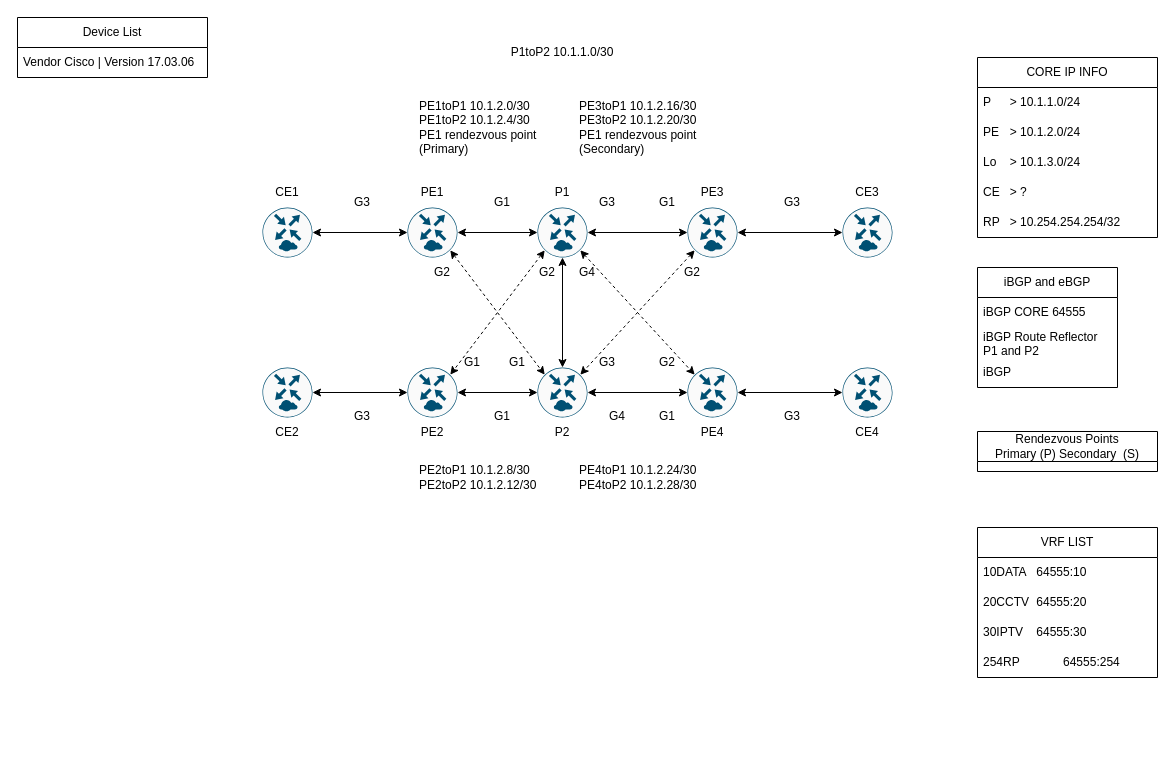
Above: page "MPLS CORE P Configuration" (3 of 5) of MPLS.drawio in vxmaster/CML (draw.io), before the change. Source tidied: cells renumbered, new cells numbered last; positions are measured from the earlier drawing's top-left corner, leaving out a move shared by most shapes. Both pictures are drawn from the tidied source at 100%, with x=0, y=0 at pixel (17, 17).
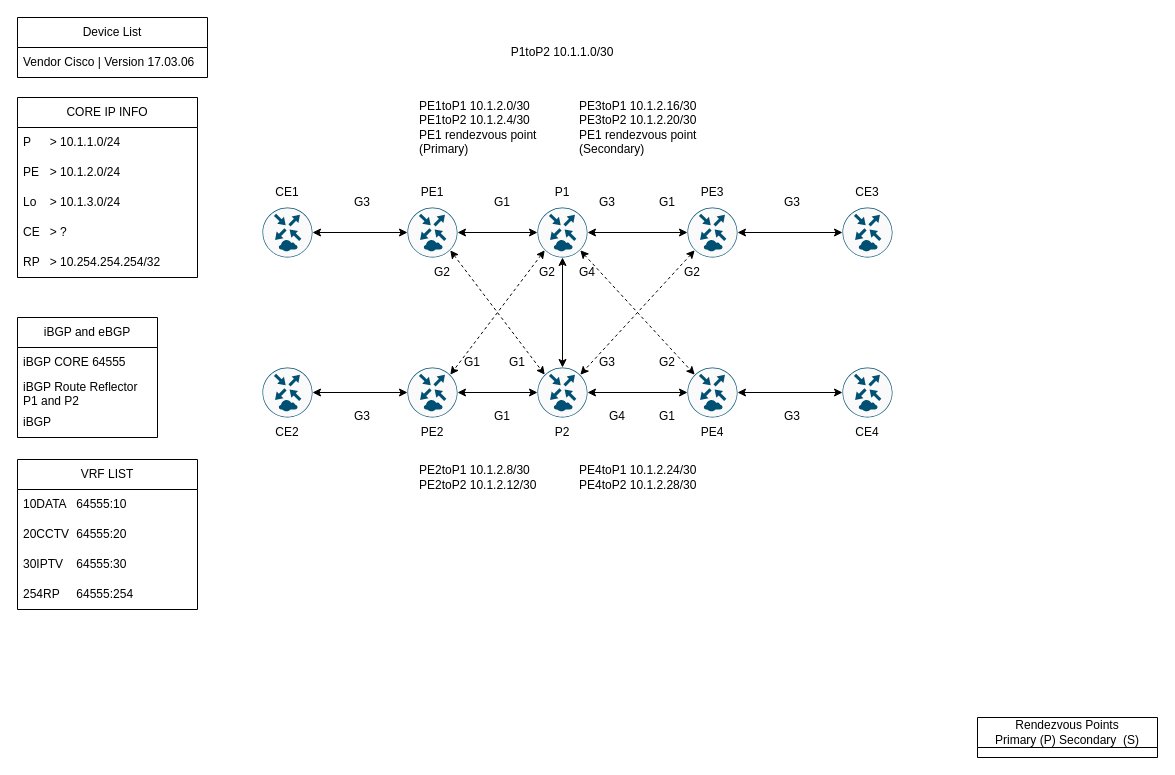
After the change.

Diff of the diagram source:
```diff
@@
     <mxCell id="34" value="CORE IP INFO" style="swimlane;fontStyle=0;horizontal=1;startSize=30;whiteSpace=wrap;html=1;" parent="1" vertex="1">
-      <mxGeometry x="960" y="40" width="180" height="180" as="geometry" />
+      <mxGeometry y="80" width="180" height="180" as="geometry" />
     </mxCell>
@@
     <mxCell id="44" value="VRF LIST" style="swimlane;fontStyle=0;horizontal=1;startSize=30;whiteSpace=wrap;html=1;" parent="1" vertex="1">
-      <mxGeometry x="960" y="510" width="180" height="150" as="geometry" />
+      <mxGeometry y="442" width="180" height="150" as="geometry" />
     </mxCell>
@@
-    <mxCell id="48" value="254RP&lt;span style=&quot;white-space: pre;&quot;&gt;&#9;&lt;/span&gt;&lt;span style=&quot;white-space: pre;&quot;&gt;&#9;&lt;/span&gt;64555:254" style="text;strokeColor=none;fillColor=none;align=left;verticalAlign=middle;spacingLeft=4;spacingRight=4;overflow=hidden;whiteSpace=wrap;html=1;" parent="44" vertex="1">
+    <mxCell id="48" value="254RP&lt;span style=&quot;white-space: pre;&quot;&gt;&#9;&lt;/span&gt;64555:254" style="text;strokeColor=none;fillColor=none;align=left;verticalAlign=middle;spacingLeft=4;spacingRight=4;overflow=hidden;whiteSpace=wrap;html=1;" parent="44" vertex="1">
       <mxGeometry y="120" width="180" height="30" as="geometry" />
     </mxCell>
     <mxCell id="49" value="Rendezvous Points&lt;br&gt;Primary (P) Secondary&amp;nbsp; (S)" style="swimlane;fontStyle=0;horizontal=1;startSize=30;whiteSpace=wrap;html=1;" parent="1" vertex="1" collapsed="1">
-      <mxGeometry x="960" y="414" width="180" height="40" as="geometry" />
+      <mxGeometry x="960" y="700" width="180" height="40" as="geometry" />
     </mxCell>
@@
     <mxCell id="79" value="iBGP and eBGP" style="swimlane;fontStyle=0;horizontal=1;startSize=30;whiteSpace=wrap;html=1;" parent="1" vertex="1">
-      <mxGeometry x="960" y="250" width="140" height="120" as="geometry" />
+      <mxGeometry y="300" width="140" height="120" as="geometry" />
     </mxCell>
```
